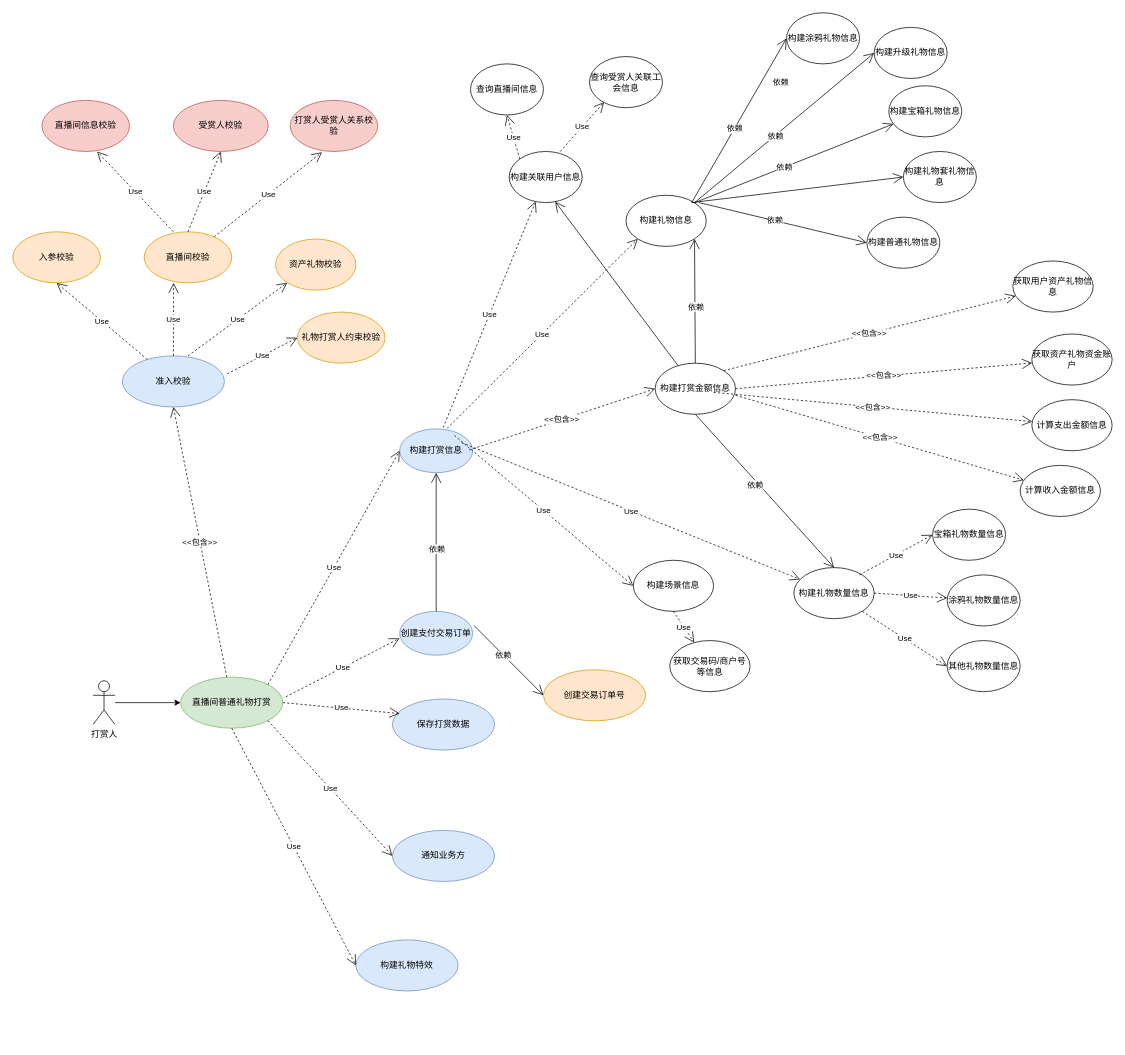
Above: reward_usecases.drawio in seuzxc/book (draw.io), before the change. Source tidied: cells renumbered, new cells numbered last; positions are measured from the earlier drawing's top-left corner, leaving out a move shared by most shapes. Both pictures are drawn from the tidied source at 73%, with x=0, y=0 at pixel (12, 12).
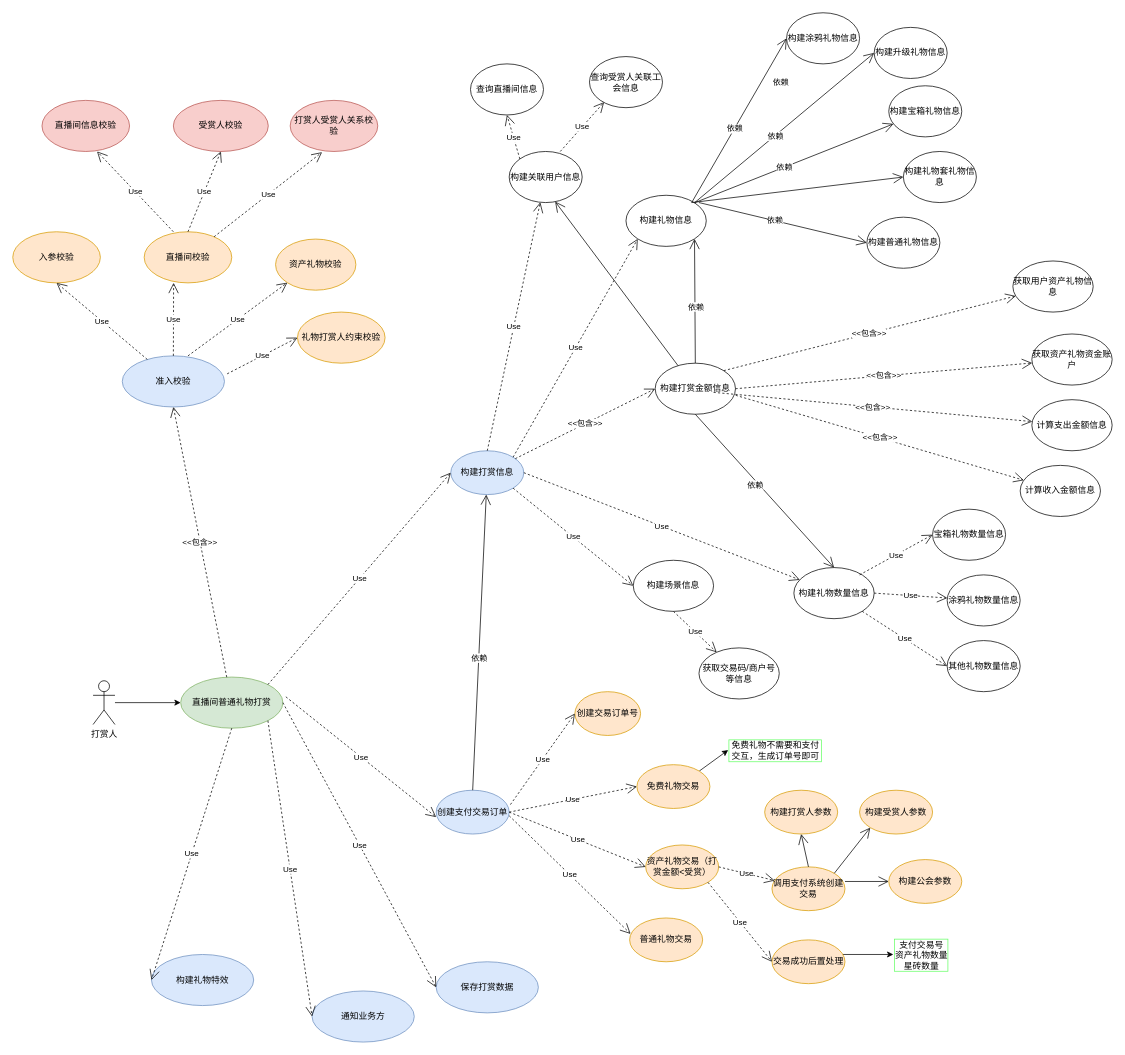
The same page after the edit.

Unchanged cells that the change refers to:
```xml
<mxCell id="4" value="直播间普通礼物打赏" style="ellipse;whiteSpace=wrap;html=1;fillColor=#d5e8d4;strokeColor=#82b366;" parent="1" vertex="1">
  <mxGeometry x="230" y="910" width="140" height="70" as="geometry" />
</mxCell>
<mxCell id="36" value="构建关联用户信息" style="ellipse;whiteSpace=wrap;html=1;" parent="1" vertex="1">
  <mxGeometry x="680" y="190" width="100" height="70" as="geometry" />
</mxCell>
<mxCell id="42" value="构建礼物信息" style="ellipse;whiteSpace=wrap;html=1;" parent="1" vertex="1">
  <mxGeometry x="840" y="250" width="110" height="70" as="geometry" />
</mxCell>
<mxCell id="59" value="构建场景信息" style="ellipse;whiteSpace=wrap;html=1;" parent="1" vertex="1">
  <mxGeometry x="850" y="750" width="110" height="70" as="geometry" />
</mxCell>
<mxCell id="60" value="构建礼物数量信息" style="ellipse;whiteSpace=wrap;html=1;" parent="1" vertex="1">
  <mxGeometry x="1070" y="760" width="110" height="70" as="geometry" />
</mxCell>
<mxCell id="61" value="构建打赏金额信息" style="ellipse;whiteSpace=wrap;html=1;" parent="1" vertex="1">
  <mxGeometry x="880" y="480" width="110" height="70" as="geometry" />
</mxCell>
```

The edit, as a diff of the source:
```diff
@@
     <mxCell id="7" value="构建打赏信息" style="ellipse;whiteSpace=wrap;html=1;fillColor=#dae8fc;strokeColor=#6c8ebf;" parent="1" vertex="1">
-      <mxGeometry x="530" y="570" width="100" height="60" as="geometry" />
+      <mxGeometry x="600" y="600" width="100" height="60" as="geometry" />
     </mxCell>
     <mxCell id="8" value="创建支付交易订单" style="ellipse;whiteSpace=wrap;html=1;fillColor=#dae8fc;strokeColor=#6c8ebf;" parent="1" vertex="1">
-      <mxGeometry x="530" y="820" width="100" height="60" as="geometry" />
+      <mxGeometry x="580" y="1065" width="100" height="60" as="geometry" />
     </mxCell>
     <mxCell id="9" value="保存打赏数据" style="ellipse;whiteSpace=wrap;html=1;fillColor=#dae8fc;strokeColor=#6c8ebf;" parent="1" vertex="1">
-      <mxGeometry x="520" y="940" width="140" height="70" as="geometry" />
+      <mxGeometry x="580" y="1300" width="140" height="70" as="geometry" />
     </mxCell>
     <mxCell id="10" value="构建礼物特效" style="ellipse;whiteSpace=wrap;html=1;fillColor=#dae8fc;strokeColor=#6c8ebf;" parent="1" vertex="1">
-      <mxGeometry x="470" y="1270" width="140" height="70" as="geometry" />
+      <mxGeometry x="190" y="1290" width="140" height="70" as="geometry" />
     </mxCell>
     <mxCell id="11" value="通知业务方" style="ellipse;whiteSpace=wrap;html=1;fillColor=#dae8fc;strokeColor=#6c8ebf;" parent="1" vertex="1">
-      <mxGeometry x="520" y="1120" width="140" height="70" as="geometry" />
+      <mxGeometry x="410" y="1340" width="140" height="70" as="geometry" />
     </mxCell>
@@
-    <mxCell id="14" value="Use" style="endArrow=open;endSize=12;dashed=1;html=1;rounded=0;exitX=1;exitY=0.5;exitDx=0;exitDy=0;" parent="1" edge="1" source="4">
-      <mxGeometry relative="1" as="geometry">
-        <mxPoint x="530" y="960" as="targetPoint" />
-      </mxGeometry>
+    <mxCell id="14" value="Use" style="endArrow=open;endSize=12;dashed=1;html=1;rounded=0;exitX=1;exitY=0.5;exitDx=0;exitDy=0;entryX=0;entryY=0.5;entryDx=0;entryDy=0;" parent="1" edge="1" source="4" target="9">
+      <mxGeometry relative="1" as="geometry" />
     </mxCell>
@@
     <mxCell id="19" value="创建交易订单号" style="ellipse;whiteSpace=wrap;html=1;fillColor=#ffe6cc;strokeColor=#d79b00;" parent="1" vertex="1">
-      <mxGeometry x="727" y="900" width="140" height="70" as="geometry" />
+      <mxGeometry x="770" y="930" width="90" height="60" as="geometry" />
     </mxCell>
-    <mxCell id="20" style="endArrow=open;endFill=1;endSize=12;html=1;rounded=0;entryX=0;entryY=0.5;entryDx=0;entryDy=0;exitX=1.02;exitY=0.325;exitDx=0;exitDy=0;exitPerimeter=0;" parent="1" edge="1" source="8" target="19">
-      <mxGeometry relative="1" as="geometry" />
-    </mxCell>
-    <mxCell id="21" value="依赖" style="edgeLabel;html=1;align=center;verticalAlign=middle;" parent="20" vertex="1">
-      <mxGeometry x="-0.16" y="-1" relative="1" as="geometry" />
-    </mxCell>
@@
-    <mxCell id="39" value="Use" style="endArrow=open;endSize=12;dashed=1;html=1;rounded=0;exitX=0.597;exitY=-0.033;exitDx=0;exitDy=0;exitPerimeter=0;" parent="1" edge="1" source="7" target="36">
+    <mxCell id="39" value="Use" style="endArrow=open;endSize=12;dashed=1;html=1;rounded=0;exitX=0.5;exitY=0;exitDx=0;exitDy=0;" parent="1" edge="1" source="7" target="36">
       <mxGeometry relative="1" as="geometry" />
     </mxCell>
@@
-    <mxCell id="58" value="Use" style="endArrow=open;endSize=12;dashed=1;html=1;rounded=0;entryX=0;entryY=1;entryDx=0;entryDy=0;exitX=0.65;exitY=-0.011;exitDx=0;exitDy=0;exitPerimeter=0;" parent="1" edge="1" source="7" target="42">
+    <mxCell id="58" value="Use" style="endArrow=open;endSize=12;dashed=1;html=1;rounded=0;entryX=0;entryY=1;entryDx=0;entryDy=0;exitX=1;exitY=0;exitDx=0;exitDy=0;" parent="1" edge="1" source="7" target="42">
       <mxGeometry relative="1" as="geometry" />
     </mxCell>
@@
-    <mxCell id="62" value="Use" style="endArrow=open;endSize=12;dashed=1;html=1;rounded=0;entryX=0;entryY=0.5;entryDx=0;entryDy=0;exitX=0.65;exitY=-0.011;exitDx=0;exitDy=0;exitPerimeter=0;" parent="1" edge="1" target="59">
-      <mxGeometry relative="1" as="geometry">
-        <mxPoint x="605" y="579" as="sourcePoint" />
-      </mxGeometry>
+    <mxCell id="62" value="Use" style="endArrow=open;endSize=12;dashed=1;html=1;rounded=0;entryX=0;entryY=0.5;entryDx=0;entryDy=0;exitX=1;exitY=1;exitDx=0;exitDy=0;" parent="1" edge="1" source="7" target="59">
+      <mxGeometry relative="1" as="geometry" />
     </mxCell>
-    <mxCell id="63" value="Use" style="endArrow=open;endSize=12;dashed=1;html=1;rounded=0;exitX=0.65;exitY=-0.011;exitDx=0;exitDy=0;exitPerimeter=0;" parent="1" edge="1" target="60">
-      <mxGeometry relative="1" as="geometry">
-        <mxPoint x="615" y="589" as="sourcePoint" />
-      </mxGeometry>
+    <mxCell id="63" value="Use" style="endArrow=open;endSize=12;dashed=1;html=1;rounded=0;exitX=1;exitY=0.5;exitDx=0;exitDy=0;" parent="1" edge="1" source="7" target="60">
+      <mxGeometry relative="1" as="geometry" />
     </mxCell>
-    <mxCell id="64" value="&amp;lt;&amp;lt;包含&amp;gt;&amp;gt;" style="endArrow=open;endSize=12;dashed=1;html=1;rounded=0;entryX=0;entryY=0.5;entryDx=0;entryDy=0;exitX=0.65;exitY=-0.011;exitDx=0;exitDy=0;exitPerimeter=0;" parent="1" edge="1" target="61">
-      <mxGeometry relative="1" as="geometry">
-        <mxPoint x="625" y="599" as="sourcePoint" />
-      </mxGeometry>
+    <mxCell id="64" value="&amp;lt;&amp;lt;包含&amp;gt;&amp;gt;" style="endArrow=open;endSize=12;dashed=1;html=1;rounded=0;entryX=0;entryY=0.5;entryDx=0;entryDy=0;" parent="1" edge="1" source="7" target="61">
+      <mxGeometry relative="1" as="geometry" />
     </mxCell>
@@
     <mxCell id="78" value="获取交易码/商户号等信息" style="ellipse;whiteSpace=wrap;html=1;" parent="1" vertex="1">
-      <mxGeometry x="900" y="860" width="110" height="70" as="geometry" />
+      <mxGeometry x="940" y="870" width="110" height="70" as="geometry" />
     </mxCell>
@@
+    <mxCell id="20" value="Use" style="endArrow=open;endSize=12;dashed=1;html=1;rounded=0;entryX=0;entryY=0.5;entryDx=0;entryDy=0;exitX=1.017;exitY=0.328;exitDx=0;exitDy=0;exitPerimeter=0;" parent="1" edge="1" source="8" target="19">
+      <mxGeometry relative="1" as="geometry" />
+    </mxCell>
+    <mxCell id="86" style="edgeStyle=orthogonalEdgeStyle;rounded=0;jettySize=auto;html=1;exitX=1;exitY=0;exitDx=0;exitDy=0;" parent="1" edge="1" source="87" target="93">
+      <mxGeometry relative="1" as="geometry" />
+    </mxCell>
+    <mxCell id="87" value="免费礼物交易" style="ellipse;whiteSpace=wrap;html=1;fillColor=#ffe6cc;strokeColor=#d79b00;" parent="1" vertex="1">
+      <mxGeometry x="855" y="1030" width="100" height="60" as="geometry" />
+    </mxCell>
+    <mxCell id="88" value="资产礼物交易（打赏金额&amp;lt;受赏）" style="ellipse;whiteSpace=wrap;html=1;fillColor=#ffe6cc;strokeColor=#d79b00;" parent="1" vertex="1">
+      <mxGeometry x="867" y="1140" width="100" height="60" as="geometry" />
+    </mxCell>
+    <mxCell id="89" value="普通礼物交易" style="ellipse;whiteSpace=wrap;html=1;fillColor=#ffe6cc;strokeColor=#d79b00;" parent="1" vertex="1">
+      <mxGeometry x="845" y="1240" width="100" height="60" as="geometry" />
+    </mxCell>
+    <mxCell id="90" value="Use" style="endArrow=open;endSize=12;dashed=1;html=1;rounded=0;entryX=0;entryY=0.5;entryDx=0;entryDy=0;exitX=1;exitY=0.5;exitDx=0;exitDy=0;" parent="1" edge="1" source="8" target="87">
+      <mxGeometry relative="1" as="geometry" />
+    </mxCell>
+    <mxCell id="91" value="Use" style="endArrow=open;endSize=12;dashed=1;html=1;rounded=0;entryX=0;entryY=0.5;entryDx=0;entryDy=0;exitX=1;exitY=0.5;exitDx=0;exitDy=0;" parent="1" edge="1" source="8" target="88">
+      <mxGeometry relative="1" as="geometry" />
+    </mxCell>
+    <mxCell id="92" value="Use" style="endArrow=open;endSize=12;dashed=1;html=1;rounded=0;entryX=0.013;entryY=0.363;entryDx=0;entryDy=0;entryPerimeter=0;" parent="1" edge="1" target="89">
+      <mxGeometry relative="1" as="geometry">
+        <mxPoint x="680" y="1100" as="sourcePoint" />
+      </mxGeometry>
+    </mxCell>
+    <mxCell id="93" value="免费礼物不需要和支付交互，生成订单号即可" style="text;html=1;strokeColor=none;fillColor=none;align=center;verticalAlign=middle;whiteSpace=wrap;rounded=0;labelBorderColor=#66FF66;" parent="1" vertex="1">
+      <mxGeometry x="980" y="1010" width="130" as="geometry" />
+    </mxCell>
+    <mxCell id="94" value="构建打赏人参数" style="ellipse;whiteSpace=wrap;html=1;fillColor=#ffe6cc;strokeColor=#d79b00;" parent="1" vertex="1">
+      <mxGeometry x="1030" y="1065" width="100" height="60" as="geometry" />
+    </mxCell>
+    <mxCell id="95" value="构建受赏人参数" style="ellipse;whiteSpace=wrap;html=1;fillColor=#ffe6cc;strokeColor=#d79b00;" parent="1" vertex="1">
+      <mxGeometry x="1160" y="1065" width="100" height="60" as="geometry" />
+    </mxCell>
+    <mxCell id="96" value="构建公会参数" style="ellipse;whiteSpace=wrap;html=1;fillColor=#ffe6cc;strokeColor=#d79b00;" parent="1" vertex="1">
+      <mxGeometry x="1200" y="1160" width="100" height="60" as="geometry" />
+    </mxCell>
+    <mxCell id="97" value="调用支付系统创建交易" style="ellipse;whiteSpace=wrap;html=1;fillColor=#ffe6cc;strokeColor=#d79b00;" parent="1" vertex="1">
+      <mxGeometry x="1040" y="1170" width="100" height="60" as="geometry" />
+    </mxCell>
+    <mxCell id="98" value="Use" style="endArrow=open;endSize=12;dashed=1;html=1;rounded=0;exitX=1;exitY=0.5;exitDx=0;exitDy=0;" parent="1" edge="1" source="88" target="97">
+      <mxGeometry relative="1" as="geometry" />
+    </mxCell>
+    <mxCell id="99" style="endArrow=open;endFill=1;endSize=12;html=1;rounded=0;entryX=0.5;entryY=1;entryDx=0;entryDy=0;exitX=0.5;exitY=0;exitDx=0;exitDy=0;" parent="1" edge="1" source="97" target="94">
+      <mxGeometry relative="1" as="geometry" />
+    </mxCell>
+    <mxCell id="100" style="endArrow=open;endFill=1;endSize=12;html=1;rounded=0;exitX=1;exitY=0;exitDx=0;exitDy=0;entryX=0;entryY=1;entryDx=0;entryDy=0;" parent="1" edge="1" source="97" target="95">
+      <mxGeometry relative="1" as="geometry" />
+    </mxCell>
+    <mxCell id="101" style="endArrow=open;endFill=1;endSize=12;html=1;rounded=0;entryX=0;entryY=0.5;entryDx=0;entryDy=0;" parent="1" edge="1" target="96">
+      <mxGeometry relative="1" as="geometry">
+        <mxPoint x="1140" y="1190" as="sourcePoint" />
+      </mxGeometry>
+    </mxCell>
+    <mxCell id="102" style="edgeStyle=orthogonalEdgeStyle;rounded=0;jettySize=auto;html=1;entryX=0.202;entryY=0;entryDx=0;entryDy=0;entryPerimeter=0;" parent="1" edge="1" source="103" target="105">
+      <mxGeometry relative="1" as="geometry" />
+    </mxCell>
+    <mxCell id="103" value="交易成功后置处理" style="ellipse;whiteSpace=wrap;html=1;fillColor=#ffe6cc;strokeColor=#d79b00;" parent="1" vertex="1">
+      <mxGeometry x="1040" y="1270" width="100" height="60" as="geometry" />
+    </mxCell>
+    <mxCell id="104" value="Use" style="endArrow=open;endSize=12;dashed=1;html=1;rounded=0;entryX=0;entryY=0.5;entryDx=0;entryDy=0;exitX=1;exitY=1;exitDx=0;exitDy=0;" parent="1" edge="1" source="88" target="103">
+      <mxGeometry relative="1" as="geometry" />
+    </mxCell>
+    <mxCell id="105" value="支付交易号&lt;br&gt;资产礼物数量&lt;br&gt;星砖数量&lt;br&gt;" style="text;html=1;strokeColor=none;fillColor=none;align=center;verticalAlign=middle;whiteSpace=wrap;rounded=0;labelBorderColor=#66FF66;" parent="1" vertex="1">
+      <mxGeometry x="1180" y="1290" width="130" as="geometry" />
+    </mxCell>
```
